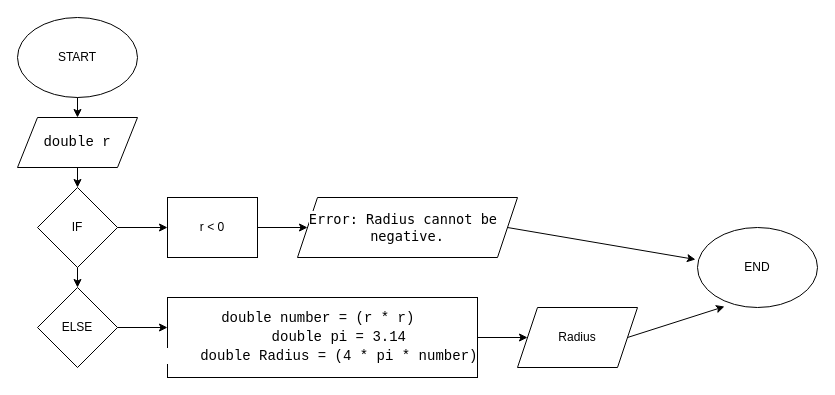
This is Práctico 1 Ejercicio 7.drawio from Kal222000/Diagramas-De-Flujo, a draw.io file, before an edit. Source tidied: cells renumbered, new cells numbered last; positions are measured from the earlier drawing's top-left corner, leaving out a move shared by most shapes. Both pictures are drawn from the tidied source at 100%, with x=0, y=0 at pixel (17, 17).
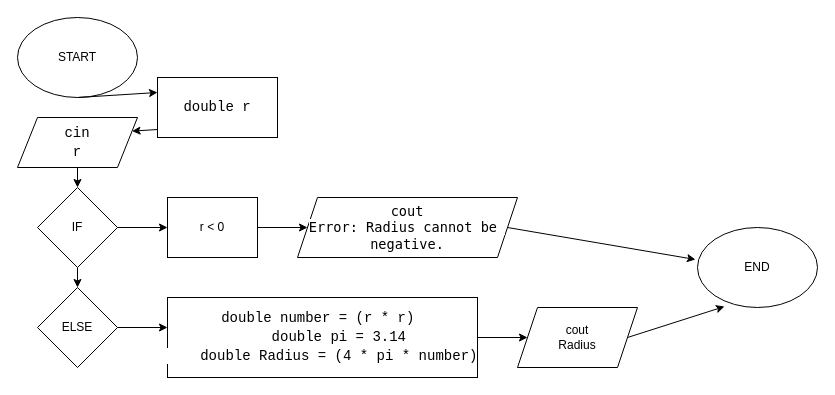
The same page after the edit.

Unchanged cells that the change refers to:
```xml
<mxCell id="2" value="START" style="ellipse;whiteSpace=wrap;html=1;" parent="1" vertex="1">
  <mxGeometry width="120" height="80" as="geometry" />
</mxCell>
```

Diff of the diagram source:
```diff
@@
-    <mxCell id="3" style="endArrow=classic;html=1;rounded=0;exitX=0.5;exitY=1;exitDx=0;exitDy=0;" parent="1" edge="1" source="2">
-      <mxGeometry relative="1" as="geometry">
-        <mxPoint x="60" y="100" as="targetPoint" />
-      </mxGeometry>
-    </mxCell>
-    <mxCell id="4" value="&lt;div style=&quot;font-family: Consolas, &amp;quot;Courier New&amp;quot;, monospace; font-weight: normal; font-size: 14px; line-height: 19px; white-space: pre;&quot;&gt;&lt;div style=&quot;&quot;&gt;double r&lt;/div&gt;&lt;/div&gt;" style="shape=parallelogram;perimeter=parallelogramPerimeter;whiteSpace=wrap;html=1;fixedSize=1;" parent="1" vertex="1">
+    <mxCell id="4" value="&lt;div style=&quot;font-family: Consolas, &amp;quot;Courier New&amp;quot;, monospace; font-weight: normal; font-size: 14px; line-height: 19px; white-space: pre;&quot;&gt;&lt;div style=&quot;&quot;&gt;cin&lt;/div&gt;&lt;div style=&quot;&quot;&gt;r&lt;/div&gt;&lt;/div&gt;" style="shape=parallelogram;perimeter=parallelogramPerimeter;whiteSpace=wrap;html=1;fixedSize=1;" parent="1" vertex="1">
       <mxGeometry y="100" width="120" height="50" as="geometry" />
     </mxCell>
@@
-    <mxCell id="13" value="&lt;span style=&quot;font-family: ui-monospace, SFMono-Regular, &amp;quot;SF Mono&amp;quot;, Menlo, Consolas, &amp;quot;Liberation Mono&amp;quot;, monospace; font-size: 13.6px; text-align: start; white-space-collapse: break-spaces; background-color: rgb(255, 255, 255);&quot;&gt;Error: Radius cannot be negative.&lt;/span&gt;" style="shape=parallelogram;perimeter=parallelogramPerimeter;whiteSpace=wrap;html=1;fixedSize=1;" parent="1" vertex="1">
+    <mxCell id="13" value="&lt;span style=&quot;font-family: ui-monospace, SFMono-Regular, &amp;quot;SF Mono&amp;quot;, Menlo, Consolas, &amp;quot;Liberation Mono&amp;quot;, monospace; font-size: 13.6px; text-align: start; white-space-collapse: break-spaces; background-color: rgb(255, 255, 255);&quot;&gt;cout&lt;/span&gt;&lt;div&gt;&lt;span style=&quot;font-family: ui-monospace, SFMono-Regular, &amp;quot;SF Mono&amp;quot;, Menlo, Consolas, &amp;quot;Liberation Mono&amp;quot;, monospace; font-size: 13.6px; text-align: start; white-space-collapse: break-spaces; background-color: rgb(255, 255, 255);&quot;&gt;Error: Radius cannot be negative.&lt;/span&gt;&lt;/div&gt;" style="shape=parallelogram;perimeter=parallelogramPerimeter;whiteSpace=wrap;html=1;fixedSize=1;" parent="1" vertex="1">
       <mxGeometry x="280" y="180" width="220" height="60" as="geometry" />
     </mxCell>
@@
-    <mxCell id="16" value="Radius" style="shape=parallelogram;perimeter=parallelogramPerimeter;whiteSpace=wrap;html=1;fixedSize=1;" parent="1" vertex="1">
+    <mxCell id="16" value="cout&lt;div&gt;Radius&lt;/div&gt;" style="shape=parallelogram;perimeter=parallelogramPerimeter;whiteSpace=wrap;html=1;fixedSize=1;" parent="1" vertex="1">
       <mxGeometry x="500" y="290" width="120" height="60" as="geometry" />
     </mxCell>
@@
+    <mxCell id="20" value="&lt;span style=&quot;font-family: Consolas, &amp;quot;Courier New&amp;quot;, monospace; font-size: 14px; white-space: pre;&quot;&gt;double r&lt;/span&gt;" style="rounded=0;whiteSpace=wrap;html=1;" parent="1" vertex="1">
+      <mxGeometry x="140" y="60" width="120" height="60" as="geometry" />
+    </mxCell>
+    <mxCell id="21" style="endArrow=classic;html=1;rounded=0;exitX=0.5;exitY=1;exitDx=0;exitDy=0;entryX=0;entryY=0.25;entryDx=0;entryDy=0;" parent="1" edge="1" source="2" target="20">
+      <mxGeometry relative="1" as="geometry" />
+    </mxCell>
+    <mxCell id="22" style="endArrow=classic;html=1;rounded=0;exitX=0;exitY=0.867;exitDx=0;exitDy=0;exitPerimeter=0;entryX=1;entryY=0.25;entryDx=0;entryDy=0;" parent="1" edge="1" source="20" target="4">
+      <mxGeometry relative="1" as="geometry" />
+    </mxCell>
```
